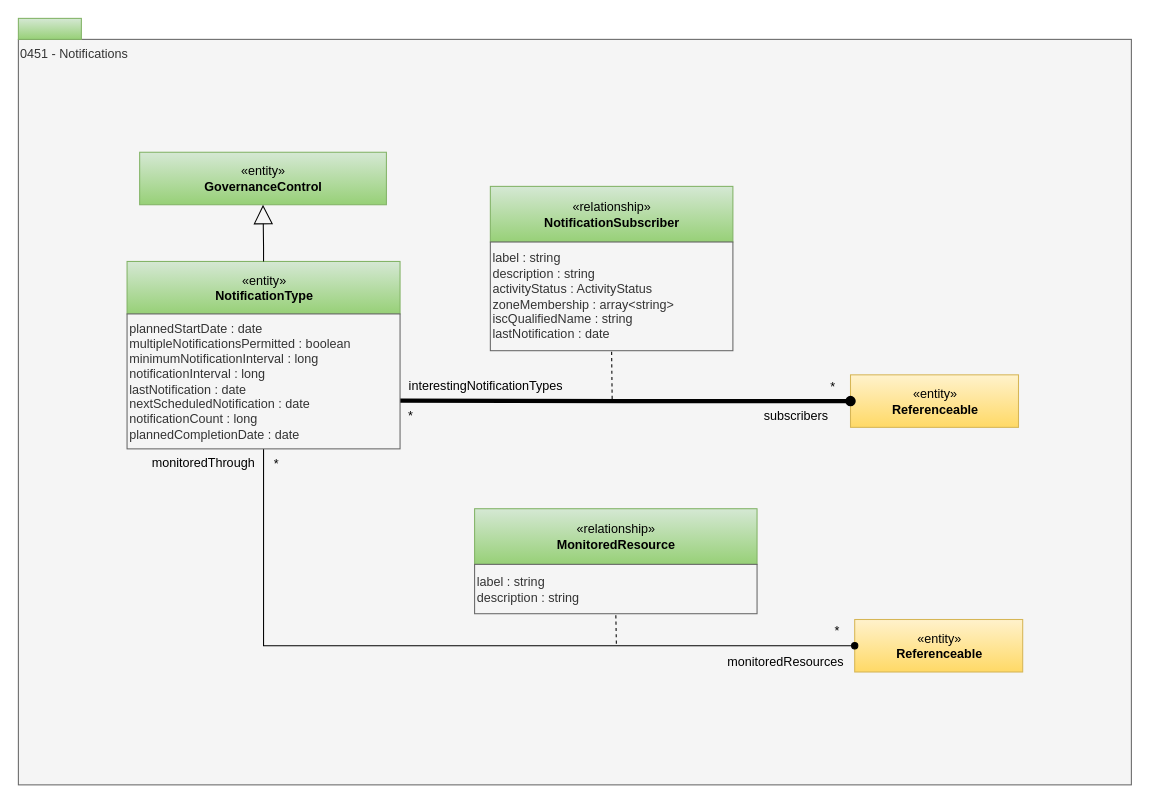
Before: page "0451-Notifications" (17 of 30) of site/docs/types/4/area-4-governance.drawio in odpi/egeria-docs, a draw.io diagram. Source tidied: cells renumbered, new cells numbered last; positions are measured from the earlier drawing's top-left corner, leaving out a move shared by most shapes. Both pictures are drawn from the tidied source at 105%, with x=0, y=0 at pixel (18, 18).
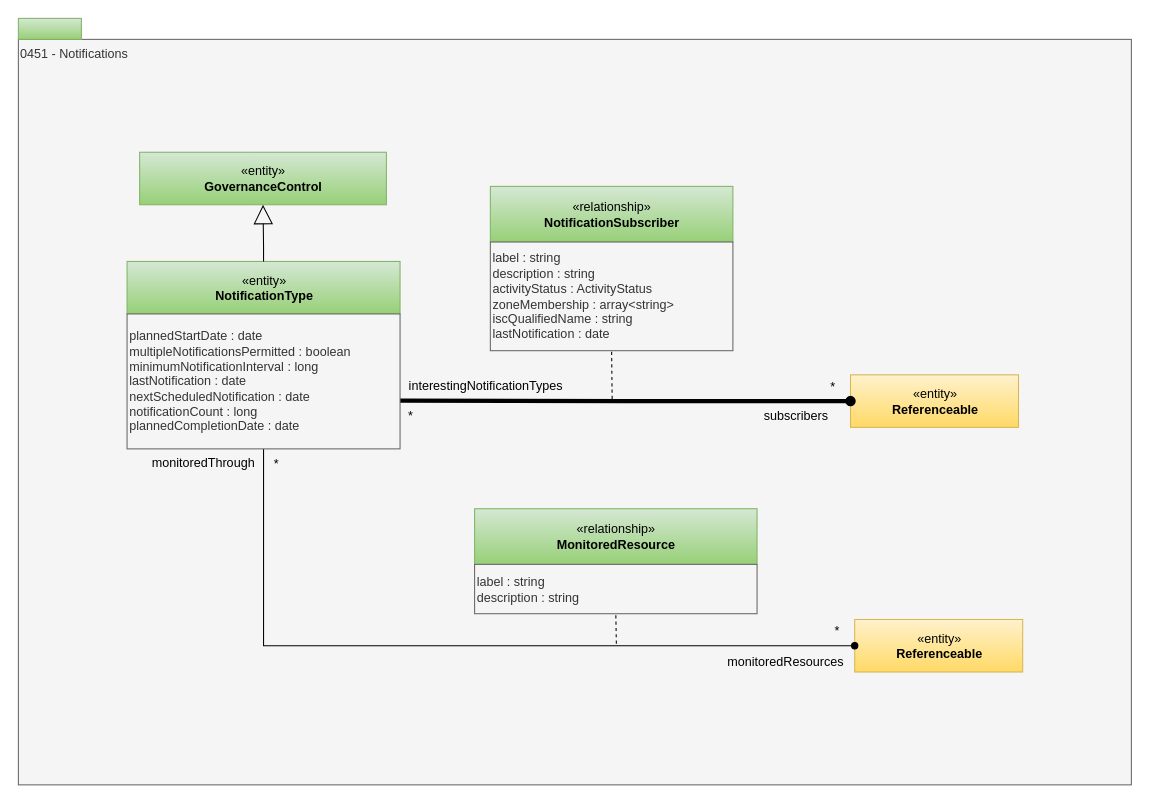
Above is the later version.

The edit, as a diff of the source:
```diff
@@
-    <mxCell id="24" value="plannedStartDate : date&lt;div&gt;multipleNotificationsPermitted : boolean&lt;/div&gt;&lt;div&gt;minimumNotificationInterval : long&lt;br&gt;&lt;div&gt;notificationInterval : long&lt;/div&gt;&lt;div&gt;lastNotification : date&lt;/div&gt;&lt;div&gt;nextScheduledNotification : date&lt;/div&gt;&lt;div&gt;notificationCount : long&lt;/div&gt;&lt;div&gt;plannedCompletionDate : date&lt;/div&gt;&lt;/div&gt;" style="rounded=0;whiteSpace=wrap;html=1;strokeColor=#666666;align=left;fillColor=#f5f5f5;fontColor=#333333;" parent="1" vertex="1">
+    <mxCell id="24" value="plannedStartDate : date&lt;div&gt;multipleNotificationsPermitted : boolean&lt;/div&gt;&lt;div&gt;minimumNotificationInterval : long&lt;br&gt;&lt;div&gt;&lt;span style=&quot;background-color: transparent; color: light-dark(rgb(51, 51, 51), rgb(193, 193, 193));&quot;&gt;lastNotification : date&lt;/span&gt;&lt;/div&gt;&lt;div&gt;nextScheduledNotification : date&lt;/div&gt;&lt;div&gt;notificationCount : long&lt;/div&gt;&lt;div&gt;plannedCompletionDate : date&lt;/div&gt;&lt;/div&gt;" style="rounded=0;whiteSpace=wrap;html=1;strokeColor=#666666;align=left;fillColor=#f5f5f5;fontColor=#333333;" parent="1" vertex="1">
       <mxGeometry x="103.5" y="281.5" width="260" height="128.5" as="geometry" />
     </mxCell>
```
